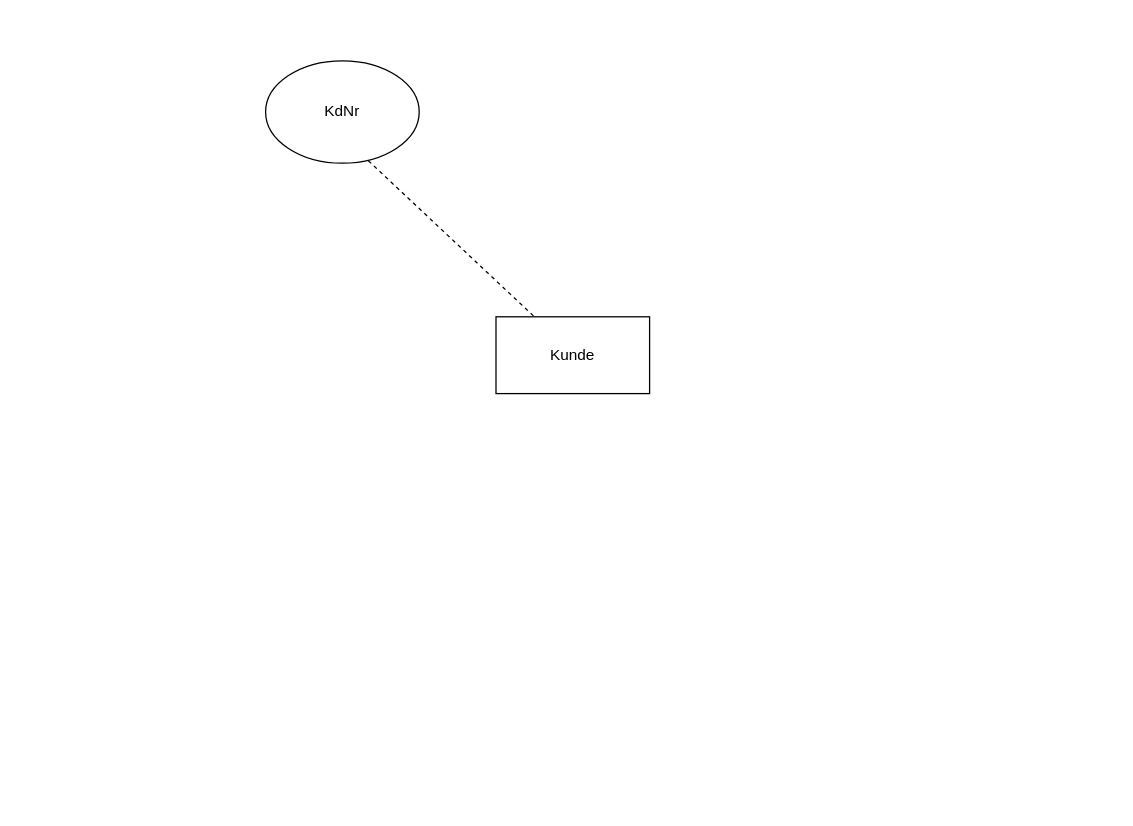
The draw.io diagram Untitled Diagram.drawio in AlassaneBenjamin/Alassane, before the edit. Source tidied: cells renumbered, new cells numbered last; positions are measured from the earlier drawing's top-left corner, leaving out a move shared by most shapes. Both pictures are drawn from the tidied source at 128%, with x=0, y=0 at pixel (265, 60).
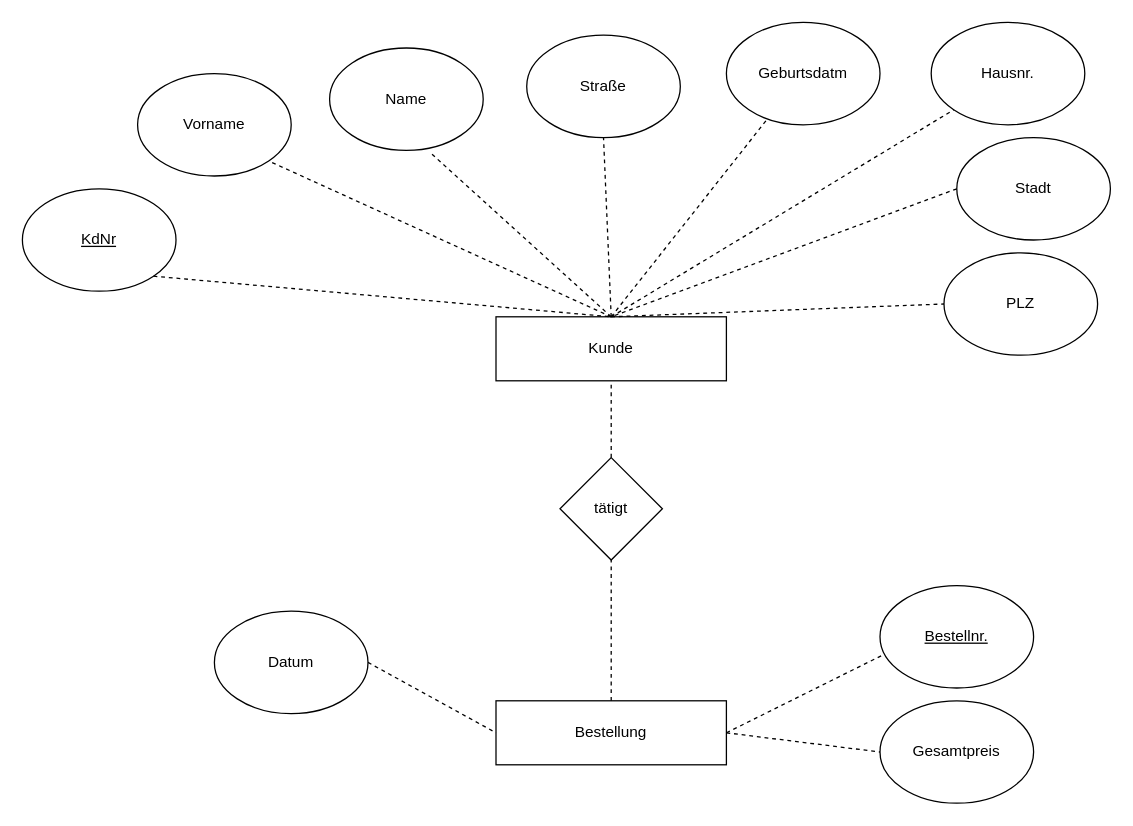
After the change.

Diff of the diagram source:
```diff
@@
     <mxCell id="2" value="Kunde" style="rounded=0;whiteSpace=wrap;html=1;" parent="1" vertex="1">
-      <mxGeometry x="180" y="200" width="120" height="60" as="geometry" />
+      <mxGeometry x="180" y="200" width="180" height="50" as="geometry" />
     </mxCell>
-    <mxCell id="3" value="KdNr" style="ellipse;whiteSpace=wrap;html=1;" parent="1" vertex="1">
-      <mxGeometry width="120" height="80" as="geometry" />
+    <mxCell id="3" value="&lt;u&gt;KdNr&lt;/u&gt;" style="ellipse;whiteSpace=wrap;html=1;" parent="1" vertex="1">
+      <mxGeometry x="-190" y="100" width="120" height="80" as="geometry" />
     </mxCell>
-    <mxCell id="4" style="endArrow=none;dashed=1;html=1;rounded=0;entryX=0.25;entryY=0;entryDx=0;entryDy=0;exitX=0.669;exitY=0.976;exitDx=0;exitDy=0;exitPerimeter=0;" parent="1" edge="1" source="3" target="2">
+    <mxCell id="4" style="endArrow=none;dashed=1;html=1;rounded=0;entryX=0.5;entryY=0;entryDx=0;entryDy=0;exitX=1;exitY=1;exitDx=0;exitDy=0;" parent="1" edge="1" source="3" target="2">
       <mxGeometry relative="1" as="geometry" />
     </mxCell>
+    <mxCell id="5" value="Vorname" style="ellipse;whiteSpace=wrap;html=1;" parent="1" vertex="1">
+      <mxGeometry x="-100" y="10" width="120" height="80" as="geometry" />
+    </mxCell>
+    <mxCell id="6" value="Name" style="ellipse;whiteSpace=wrap;html=1;" parent="1" vertex="1">
+      <mxGeometry x="50" y="-10" width="120" height="80" as="geometry" />
+    </mxCell>
+    <mxCell id="7" value="Straße" style="ellipse;whiteSpace=wrap;html=1;" parent="1" vertex="1">
+      <mxGeometry x="204" y="-20" width="120" height="80" as="geometry" />
+    </mxCell>
+    <mxCell id="8" value="Geburtsdatm" style="ellipse;whiteSpace=wrap;html=1;" parent="1" vertex="1">
+      <mxGeometry x="360" y="-30" width="120" height="80" as="geometry" />
+    </mxCell>
+    <mxCell id="9" value="Hausnr." style="ellipse;whiteSpace=wrap;html=1;" parent="1" vertex="1">
+      <mxGeometry x="520" y="-30" width="120" height="80" as="geometry" />
+    </mxCell>
+    <mxCell id="10" value="PLZ" style="ellipse;whiteSpace=wrap;html=1;" parent="1" vertex="1">
+      <mxGeometry x="530" y="150" width="120" height="80" as="geometry" />
+    </mxCell>
+    <mxCell id="11" value="Stadt" style="ellipse;whiteSpace=wrap;html=1;" parent="1" vertex="1">
+      <mxGeometry x="540" y="60" width="120" height="80" as="geometry" />
+    </mxCell>
+    <mxCell id="12" style="endArrow=none;dashed=1;html=1;rounded=0;entryX=1;entryY=1;entryDx=0;entryDy=0;exitX=0.5;exitY=0;exitDx=0;exitDy=0;" parent="1" edge="1" source="2" target="5">
+      <mxGeometry relative="1" as="geometry" />
+    </mxCell>
+    <mxCell id="13" style="endArrow=none;dashed=1;html=1;rounded=0;entryX=0.652;entryY=1.017;entryDx=0;entryDy=0;exitX=0.5;exitY=0;exitDx=0;exitDy=0;entryPerimeter=0;" parent="1" edge="1" source="2" target="6">
+      <mxGeometry relative="1" as="geometry" />
+    </mxCell>
+    <mxCell id="14" style="endArrow=none;dashed=1;html=1;rounded=0;entryX=0.5;entryY=1;entryDx=0;entryDy=0;exitX=0.5;exitY=0;exitDx=0;exitDy=0;" parent="1" edge="1" source="2" target="7">
+      <mxGeometry relative="1" as="geometry" />
+    </mxCell>
+    <mxCell id="15" style="endArrow=none;dashed=1;html=1;rounded=0;exitX=0.5;exitY=0;exitDx=0;exitDy=0;" parent="1" edge="1" source="2" target="8">
+      <mxGeometry relative="1" as="geometry" />
+    </mxCell>
+    <mxCell id="16" style="endArrow=none;dashed=1;html=1;rounded=0;entryX=0;entryY=1;entryDx=0;entryDy=0;" parent="1" edge="1" target="9">
+      <mxGeometry relative="1" as="geometry">
+        <mxPoint x="270" y="200" as="sourcePoint" />
+      </mxGeometry>
+    </mxCell>
+    <mxCell id="17" style="endArrow=none;dashed=1;html=1;rounded=0;entryX=0.5;entryY=0;entryDx=0;entryDy=0;exitX=0;exitY=0.5;exitDx=0;exitDy=0;" parent="1" edge="1" source="11" target="2">
+      <mxGeometry relative="1" as="geometry" />
+    </mxCell>
+    <mxCell id="18" style="endArrow=none;dashed=1;html=1;rounded=0;entryX=0;entryY=0.5;entryDx=0;entryDy=0;" parent="1" edge="1" target="10">
+      <mxGeometry relative="1" as="geometry">
+        <mxPoint x="270" y="200" as="sourcePoint" />
+      </mxGeometry>
+    </mxCell>
+    <mxCell id="19" value="tätigt" style="rhombus;whiteSpace=wrap;html=1;" parent="1" vertex="1">
+      <mxGeometry x="230" y="310" width="80" height="80" as="geometry" />
+    </mxCell>
+    <mxCell id="20" style="endArrow=none;dashed=1;html=1;rounded=0;entryX=0.5;entryY=1;entryDx=0;entryDy=0;exitX=0.5;exitY=0;exitDx=0;exitDy=0;" parent="1" edge="1" source="19" target="2">
+      <mxGeometry relative="1" as="geometry" />
+    </mxCell>
+    <mxCell id="21" value="Bestellung" style="rounded=0;whiteSpace=wrap;html=1;" parent="1" vertex="1">
+      <mxGeometry x="180" y="500" width="180" height="50" as="geometry" />
+    </mxCell>
+    <mxCell id="22" value="Gesamtpreis" style="ellipse;whiteSpace=wrap;html=1;" parent="1" vertex="1">
+      <mxGeometry x="480" y="500" width="120" height="80" as="geometry" />
+    </mxCell>
+    <mxCell id="23" value="&lt;u&gt;Bestellnr.&lt;/u&gt;" style="ellipse;whiteSpace=wrap;html=1;" parent="1" vertex="1">
+      <mxGeometry x="480" y="410" width="120" height="80" as="geometry" />
+    </mxCell>
+    <mxCell id="24" value="Datum" style="ellipse;whiteSpace=wrap;html=1;" parent="1" vertex="1">
+      <mxGeometry x="-40" y="430" width="120" height="80" as="geometry" />
+    </mxCell>
+    <mxCell id="25" style="endArrow=none;dashed=1;html=1;rounded=0;entryX=0;entryY=0.5;entryDx=0;entryDy=0;exitX=1;exitY=0.5;exitDx=0;exitDy=0;" parent="1" edge="1" source="24" target="21">
+      <mxGeometry relative="1" as="geometry" />
+    </mxCell>
+    <mxCell id="26" style="endArrow=none;dashed=1;html=1;rounded=0;exitX=1;exitY=0.5;exitDx=0;exitDy=0;entryX=0.014;entryY=0.681;entryDx=0;entryDy=0;entryPerimeter=0;" parent="1" edge="1" source="21" target="23">
+      <mxGeometry relative="1" as="geometry" />
+    </mxCell>
+    <mxCell id="27" style="endArrow=none;dashed=1;html=1;rounded=0;exitX=1;exitY=0.5;exitDx=0;exitDy=0;entryX=0;entryY=0.5;entryDx=0;entryDy=0;" parent="1" edge="1" source="21" target="22">
+      <mxGeometry relative="1" as="geometry" />
+    </mxCell>
+    <mxCell id="28" style="endArrow=none;dashed=1;html=1;rounded=0;entryX=0.5;entryY=1;entryDx=0;entryDy=0;exitX=0.5;exitY=0;exitDx=0;exitDy=0;" parent="1" edge="1" source="21" target="19">
+      <mxGeometry relative="1" as="geometry" />
+    </mxCell>
```
